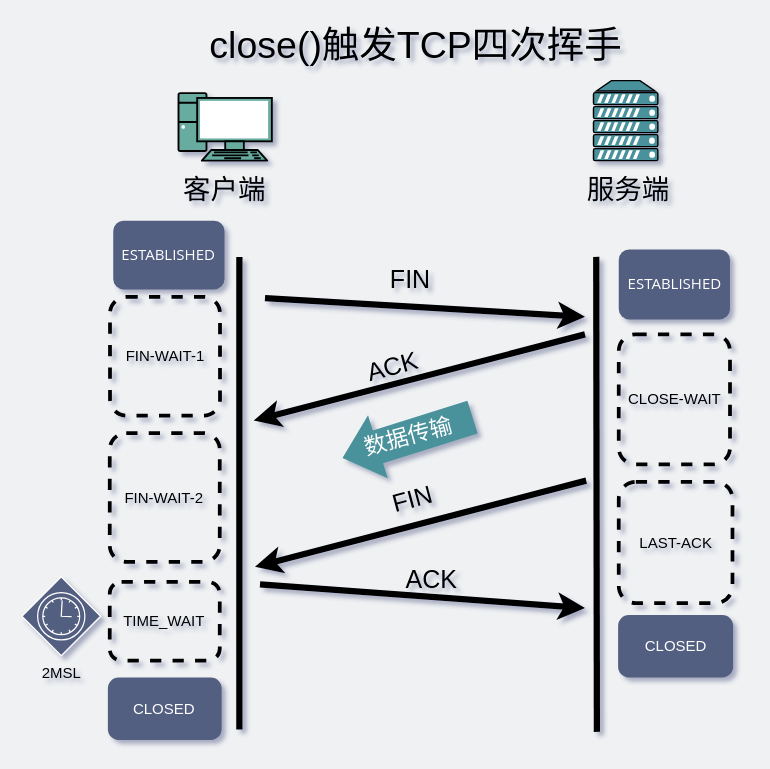
Before: network/close()触发TCP四次挥手.drawio in xiaobaiTech/image, a draw.io diagram. Source tidied: cells renumbered, new cells numbered last; positions are measured from the earlier drawing's top-left corner, leaving out a move shared by most shapes. Both pictures are drawn from the tidied source at 125%, with x=0, y=0 at pixel (21, 26).
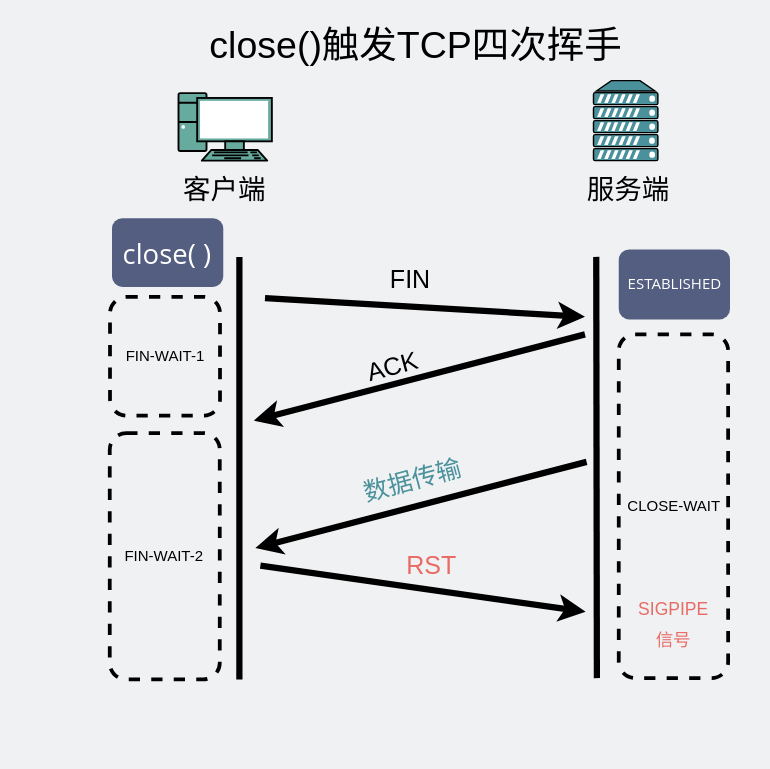
The same diagram, later.

Commit message:
Update close()触发TCP四次挥手.drawio

Diff of the diagram source:
```diff
@@
-<mxGraphModel background="#EFF1F3" shadow="1">
+<mxGraphModel background="#EFF1F3">
@@
-    <mxCell id="2" style="shape=flexArrow;endArrow=classic;html=1;fontColor=#FFFFFF;gradientColor=none;endWidth=24.381720430107528;endSize=9.583333333333334;width=27.5;strokeColor=none;fillColor=#4A919B;" parent="1" edge="1">
-      <mxGeometry relative="1" as="geometry">
-        <mxPoint x="361" y="312" as="sourcePoint" />
-        <mxPoint x="256" y="345" as="targetPoint" />
-      </mxGeometry>
-    </mxCell>
@@
     <mxCell id="8" style="endArrow=none;html=1;strokeWidth=5;" parent="1" edge="1">
       <mxGeometry relative="1" as="geometry">
-        <mxPoint x="174" y="562" as="sourcePoint" />
+        <mxPoint x="174" y="522" as="sourcePoint" />
         <mxPoint x="174" y="184" as="targetPoint" />
       </mxGeometry>
     </mxCell>
@@
     <mxCell id="12" style="endArrow=classic;html=1;strokeWidth=5;" parent="1" edge="1">
       <mxGeometry relative="1" as="geometry">
-        <mxPoint x="190.5" y="446" as="sourcePoint" />
-        <mxPoint x="450.5" y="465" as="targetPoint" />
+        <mxPoint x="190.8" y="431" as="sourcePoint" />
+        <mxPoint x="451" y="468" as="targetPoint" />
       </mxGeometry>
     </mxCell>
@@
     <mxCell id="15" value="&lt;span&gt;CLOSE-WAIT&lt;/span&gt;" style="rounded=1;whiteSpace=wrap;html=1;strokeColor=#000000;fillColor=none;dashed=1;strokeWidth=3;" parent="1" vertex="1">
-      <mxGeometry x="477.5" y="246" width="89" height="104" as="geometry" />
+      <mxGeometry x="477.5" y="246" width="87.5" height="275" as="geometry" />
     </mxCell>
-    <mxCell id="16" value="LAST-ACK" style="rounded=1;whiteSpace=wrap;html=1;strokeColor=#000000;fillColor=none;dashed=1;strokeWidth=3;" parent="1" vertex="1">
-      <mxGeometry x="477.5" y="364" width="91" height="97" as="geometry" />
-    </mxCell>
     <mxCell id="17" value="FIN-WAIT-2" style="rounded=1;whiteSpace=wrap;html=1;strokeColor=#000000;fillColor=none;dashed=1;strokeWidth=3;" parent="1" vertex="1">
-      <mxGeometry x="70.3" y="325" width="88" height="103" as="geometry" />
+      <mxGeometry x="70.3" y="325" width="88" height="197" as="geometry" />
     </mxCell>
@@
     <mxCell id="19" style="endArrow=none;html=1;strokeWidth=5;" parent="1" edge="1">
       <mxGeometry relative="1" as="geometry">
-        <mxPoint x="460" y="564" as="sourcePoint" />
+        <mxPoint x="460" y="521" as="sourcePoint" />
         <mxPoint x="459.5" y="184" as="targetPoint" />
       </mxGeometry>
     </mxCell>
     <mxCell id="20" style="endArrow=none;html=1;strokeWidth=5;startArrow=classic;startFill=1;endFill=0;" parent="1" edge="1">
       <mxGeometry relative="1" as="geometry">
-        <mxPoint x="186.5" y="432" as="sourcePoint" />
-        <mxPoint x="451.5" y="363" as="targetPoint" />
+        <mxPoint x="186.8" y="417" as="sourcePoint" />
+        <mxPoint x="451.8" y="348" as="targetPoint" />
       </mxGeometry>
     </mxCell>
-    <mxCell id="21" value="ACK" style="text;html=1;strokeColor=none;fillColor=none;align=center;verticalAlign=middle;whiteSpace=wrap;rounded=0;dashed=1;fontSize=20;rotation=0;" parent="1" vertex="1">
-      <mxGeometry x="261.5" y="431" width="132" height="20" as="geometry" />
+    <mxCell id="21" value="&lt;font color=&quot;#ea6b66&quot;&gt;RST&lt;/font&gt;" style="text;html=1;strokeColor=none;fillColor=none;align=center;verticalAlign=middle;whiteSpace=wrap;rounded=0;dashed=1;fontSize=20;rotation=0;" parent="1" vertex="1">
+      <mxGeometry x="262" y="420" width="132" height="20" as="geometry" />
     </mxCell>
-    <mxCell id="22" value="FIN" style="text;html=1;strokeColor=none;fillColor=none;align=center;verticalAlign=middle;whiteSpace=wrap;rounded=0;fontSize=20;rotation=-15;" parent="1" vertex="1">
-      <mxGeometry x="178" y="361" width="269" height="32" as="geometry" />
+    <mxCell id="22" value="&lt;font color=&quot;#4a919b&quot;&gt;数据传输&lt;/font&gt;" style="text;html=1;strokeColor=none;fillColor=none;align=center;verticalAlign=middle;whiteSpace=wrap;rounded=0;fontSize=20;rotation=-15;" parent="1" vertex="1">
+      <mxGeometry x="178.2" y="346" width="269" height="32" as="geometry" />
     </mxCell>
-    <mxCell id="23" value="TIME_WAIT" style="rounded=1;whiteSpace=wrap;html=1;strokeColor=#000000;fillColor=none;dashed=1;strokeWidth=3;" parent="1" vertex="1">
-      <mxGeometry x="70.3" y="444" width="88" height="63" as="geometry" />
-    </mxCell>
-    <mxCell id="24" value="&lt;font color=&quot;#ffffff&quot;&gt;CLOSED&lt;/font&gt;" style="rounded=1;whiteSpace=wrap;html=1;strokeWidth=3;strokeColor=#535E80;fillColor=#535E80;" parent="1" vertex="1">
-      <mxGeometry x="70.3" y="522" width="88" height="47" as="geometry" />
-    </mxCell>
-    <mxCell id="25" value="&lt;font color=&quot;#ffffff&quot;&gt;CLOSED&lt;/font&gt;" style="rounded=1;whiteSpace=wrap;html=1;strokeWidth=3;strokeColor=#535E80;fillColor=#535E80;" parent="1" vertex="1">
-      <mxGeometry x="478.5" y="472" width="89" height="47" as="geometry" />
-    </mxCell>
-    <mxCell id="26" style="shape=mxgraph.bpmn.gateway2;html=1;verticalLabelPosition=bottom;labelBackgroundColor=#ffffff;verticalAlign=top;align=center;perimeter=rhombusPerimeter;outline=standard;symbol=timer;fillColor=#535E80;strokeColor=#FFFFFF;" parent="1" vertex="1">
-      <mxGeometry y="440" width="63" height="63" as="geometry" />
-    </mxCell>
-    <mxCell id="27" value="2MSL" style="text;html=1;strokeColor=none;fillColor=none;align=center;verticalAlign=middle;whiteSpace=wrap;rounded=0;" parent="1" vertex="1">
-      <mxGeometry x="11.5" y="507" width="40" height="20" as="geometry" />
-    </mxCell>
-    <mxCell id="28" value="&lt;span style=&quot;font-family: &amp;#34;open sans&amp;#34; , &amp;#34;clear sans&amp;#34; , &amp;#34;helvetica neue&amp;#34; , &amp;#34;helvetica&amp;#34; , &amp;#34;arial&amp;#34; , sans-serif&quot;&gt;&lt;font style=&quot;font-size: 12px&quot;&gt;ESTABLISHED&lt;br&gt;&lt;/font&gt;&lt;/span&gt;" style="rounded=1;whiteSpace=wrap;html=1;dashed=1;strokeWidth=3;fillColor=#535E80;strokeColor=none;fontColor=#FFFFFF;" parent="1" vertex="1">
-      <mxGeometry x="73.1" y="155" width="89" height="55" as="geometry" />
+    <mxCell id="28" value="&lt;span style=&quot;font-family: &amp;#34;open sans&amp;#34; , &amp;#34;clear sans&amp;#34; , &amp;#34;helvetica neue&amp;#34; , &amp;#34;helvetica&amp;#34; , &amp;#34;arial&amp;#34; , sans-serif&quot;&gt;&lt;font style=&quot;font-size: 22px&quot;&gt;close( )&lt;/font&gt;&lt;/span&gt;&lt;span style=&quot;font-family: &amp;#34;open sans&amp;#34; , &amp;#34;clear sans&amp;#34; , &amp;#34;helvetica neue&amp;#34; , &amp;#34;helvetica&amp;#34; , &amp;#34;arial&amp;#34; , sans-serif&quot;&gt;&lt;font&gt;&lt;br&gt;&lt;/font&gt;&lt;/span&gt;" style="rounded=1;whiteSpace=wrap;html=1;dashed=1;strokeWidth=3;fillColor=#535E80;strokeColor=none;fontColor=#FFFFFF;" parent="1" vertex="1">
+      <mxGeometry x="72.1" y="153" width="89" height="55" as="geometry" />
     </mxCell>
-    <mxCell id="29" value="&lt;font style=&quot;font-size: 18px&quot;&gt;数据传输&lt;/font&gt;" style="text;html=1;strokeColor=none;fillColor=none;align=center;verticalAlign=middle;whiteSpace=wrap;rounded=0;fontColor=#FFFFFF;rotation=-15;" parent="1" vertex="1">
-      <mxGeometry x="270" y="318" width="79" height="20" as="geometry" />
-    </mxCell>
+    <mxCell id="30" value="&lt;div style=&quot;line-height: 1.75 ; font-size: 14px&quot;&gt;&lt;font color=&quot;#ea6b66&quot;&gt;SIGPIPE&lt;/font&gt;&lt;/div&gt;&lt;div style=&quot;line-height: 1.75 ; font-size: 14px&quot;&gt;&lt;font color=&quot;#ea6b66&quot;&gt;信号&lt;/font&gt;&lt;/div&gt;" style="text;html=1;fillColor=none;align=center;verticalAlign=middle;whiteSpace=wrap;rounded=0;" parent="1" vertex="1">
+      <mxGeometry x="476" y="460" width="91" height="35" as="geometry" />
+    </mxCell>
```
